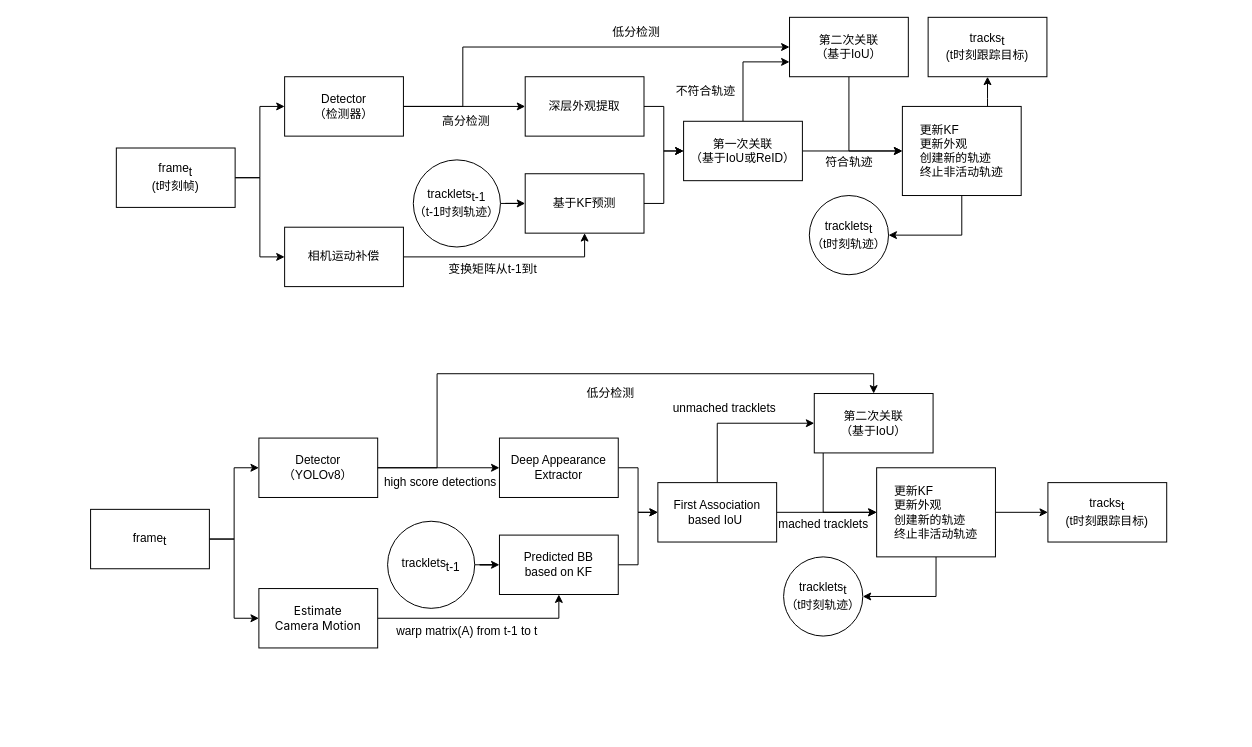
Before: BOT-SORT.drawio in funkallll/deeplearning, a draw.io diagram. Source tidied: cells renumbered, new cells numbered last; positions are measured from the earlier drawing's top-left corner, leaving out a move shared by most shapes. Both pictures are drawn from the tidied source at 99%, with x=0, y=0 at pixel (90, 17).
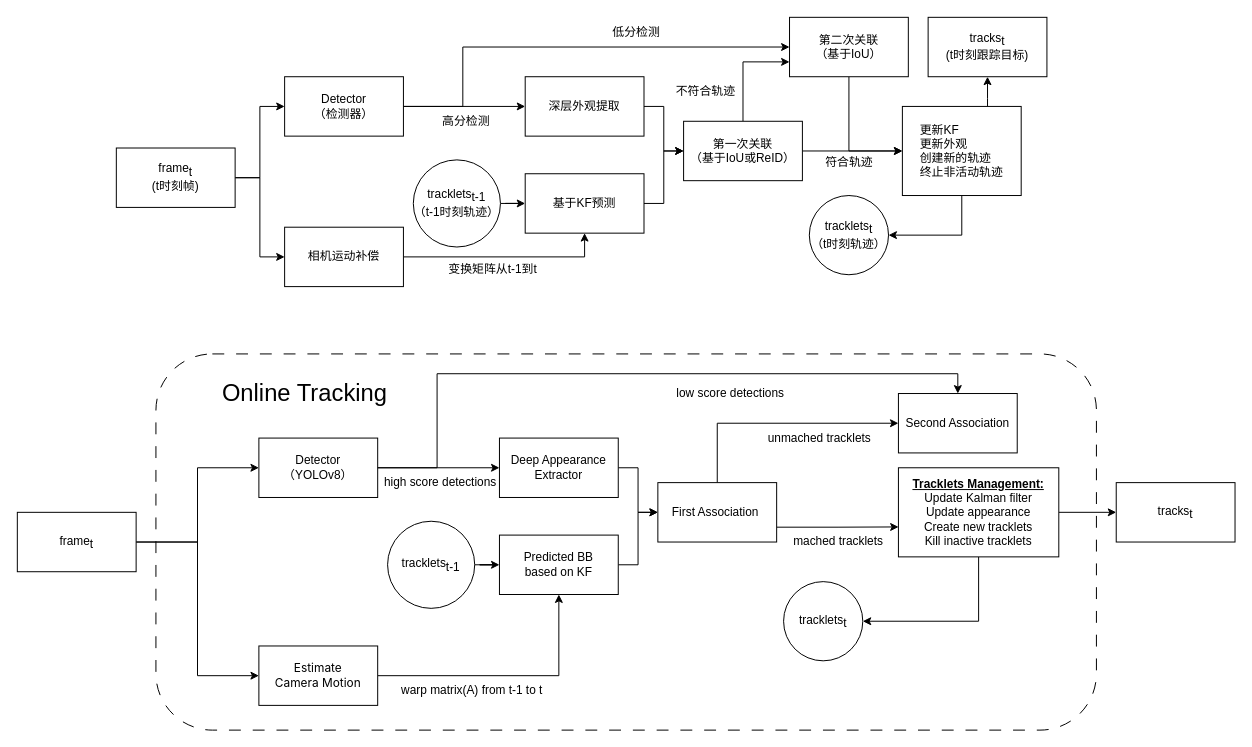
Above is the later version.

The change refers to these unchanged cells:
```xml
<mxCell id="35" value="Detector&lt;div style=&quot;font-size: 12px;&quot;&gt;（YOLOv8）&lt;/div&gt;" style="rounded=0;whiteSpace=wrap;html=1;fontSize=12;fontColor=default;" parent="1" vertex="1">
  <mxGeometry x="170" y="425" width="120" height="60" as="geometry" />
</mxCell>
```

The edit, as a diff of the source:
```diff
@@
+    <mxCell id="60" style="rounded=1;whiteSpace=wrap;html=1;fillColor=none;dashed=1;dashPattern=12 12;" parent="1" vertex="1">
+      <mxGeometry x="66" y="340" width="950" height="380" as="geometry" />
+    </mxCell>
@@
     <mxCell id="33" value="frame&lt;sub style=&quot;font-size: 12px;&quot;&gt;t&lt;/sub&gt;" style="rounded=0;whiteSpace=wrap;html=1;fontSize=12;fontColor=default;" parent="1" vertex="1">
-      <mxGeometry y="497" width="120" height="60" as="geometry" />
+      <mxGeometry x="-74" y="500" width="120" height="60" as="geometry" />
     </mxCell>
@@
     <mxCell id="37" value="&lt;div style=&quot;&quot;&gt;&lt;font face=&quot;-apple-system, SF UI Text, Arial, PingFang SC, Hiragino Sans GB, Microsoft YaHei, WenQuanYi Micro Hei, sans-serif, SimHei, SimSun&quot;&gt;Estimate&lt;/font&gt;&lt;/div&gt;&lt;div style=&quot;&quot;&gt;&lt;font face=&quot;-apple-system, SF UI Text, Arial, PingFang SC, Hiragino Sans GB, Microsoft YaHei, WenQuanYi Micro Hei, sans-serif, SimHei, SimSun&quot;&gt;Camera Motion&lt;/font&gt;&lt;/div&gt;" style="rounded=0;whiteSpace=wrap;html=1;fontSize=12;fontColor=default;align=center;" parent="1" vertex="1">
-      <mxGeometry x="170" y="577" width="120" height="60" as="geometry" />
+      <mxGeometry x="170" y="635" width="120" height="60" as="geometry" />
     </mxCell>
@@
-    <mxCell id="42" style="edgeStyle=orthogonalEdgeStyle;rounded=0;jettySize=auto;html=1;entryX=0;entryY=0.5;entryDx=0;entryDy=0;fontColor=default;fontSize=12;" parent="1" edge="1" source="44" target="51">
-      <mxGeometry relative="1" as="geometry" />
+    <mxCell id="42" style="edgeStyle=orthogonalEdgeStyle;rounded=0;jettySize=auto;html=1;entryX=0.001;entryY=0.664;entryDx=0;entryDy=0;fontColor=default;fontSize=12;exitX=1;exitY=0.75;exitDx=0;exitDy=0;entryPerimeter=0;" parent="1" edge="1" source="44" target="51">
+      <mxGeometry relative="1" as="geometry">
+        <Array as="points">
+          <mxPoint x="755" y="515" />
+        </Array>
+      </mxGeometry>
     </mxCell>
@@
-    <mxCell id="44" value="First Association&lt;div&gt;based IoU&amp;nbsp;&lt;/div&gt;" style="rounded=0;whiteSpace=wrap;html=1;fontSize=12;fontColor=default;" parent="1" vertex="1">
+    <mxCell id="44" value="First Association&lt;span style=&quot;background-color: transparent; color: light-dark(rgb(0, 0, 0), rgb(255, 255, 255));&quot;&gt;&amp;nbsp;&lt;/span&gt;" style="rounded=0;whiteSpace=wrap;html=1;fontSize=12;fontColor=default;" parent="1" vertex="1">
       <mxGeometry x="573" y="470" width="120" height="60" as="geometry" />
     </mxCell>
-    <mxCell id="45" style="edgeStyle=orthogonalEdgeStyle;rounded=0;jettySize=auto;html=1;entryX=0;entryY=0.5;entryDx=0;entryDy=0;fontColor=default;fontSize=12;" parent="1" edge="1" source="46" target="51">
-      <mxGeometry relative="1" as="geometry">
-        <Array as="points">
-          <mxPoint x="740" y="500" />
-        </Array>
-      </mxGeometry>
-    </mxCell>
-    <mxCell id="46" value="第二次关联&lt;div style=&quot;font-size: 12px;&quot;&gt;（基于IoU）&lt;/div&gt;" style="rounded=0;whiteSpace=wrap;html=1;fontSize=12;fontColor=default;" parent="1" vertex="1">
-      <mxGeometry x="731" y="380" width="120" height="60" as="geometry" />
+    <mxCell id="46" value="Second Association" style="rounded=0;whiteSpace=wrap;html=1;fontSize=12;fontColor=default;" parent="1" vertex="1">
+      <mxGeometry x="816" y="380" width="120" height="60" as="geometry" />
     </mxCell>
@@
-    <mxCell id="50" style="edgeStyle=orthogonalEdgeStyle;rounded=0;jettySize=auto;html=1;entryX=1;entryY=0.5;entryDx=0;entryDy=0;fontColor=default;fontSize=12;" parent="1" edge="1" source="51" target="52">
+    <mxCell id="50" style="edgeStyle=orthogonalEdgeStyle;rounded=0;jettySize=auto;html=1;entryX=1;entryY=0.5;entryDx=0;entryDy=0;fontColor=default;fontSize=12;exitX=0.5;exitY=1;exitDx=0;exitDy=0;" parent="1" edge="1" source="51" target="52">
       <mxGeometry relative="1" as="geometry">
         <Array as="points">
-          <mxPoint x="854" y="585" />
+          <mxPoint x="897" y="610" />
         </Array>
       </mxGeometry>
     </mxCell>
-    <mxCell id="51" value="&lt;div style=&quot;text-align: justify; font-size: 12px;&quot;&gt;更新KF&lt;/div&gt;&lt;div style=&quot;text-align: justify; font-size: 12px;&quot;&gt;更新外观&lt;/div&gt;&lt;div style=&quot;text-align: justify; font-size: 12px;&quot;&gt;创建新的轨迹&lt;/div&gt;&lt;div style=&quot;font-size: 12px;&quot;&gt;终止非活动轨迹&lt;/div&gt;" style="rounded=0;whiteSpace=wrap;html=1;fontSize=12;fontColor=default;" parent="1" vertex="1">
-      <mxGeometry x="794" y="455" width="120" height="90" as="geometry" />
+    <mxCell id="51" value="&lt;div style=&quot;font-size: 12px;&quot;&gt;&lt;b&gt;&lt;u&gt;Tracklets Management:&lt;/u&gt;&lt;/b&gt;&lt;/div&gt;&lt;div style=&quot;font-size: 12px;&quot;&gt;Update Kalman filter&lt;/div&gt;&lt;div style=&quot;font-size: 12px;&quot;&gt;Update appearance&lt;/div&gt;&lt;div style=&quot;font-size: 12px;&quot;&gt;Create new tracklets&lt;/div&gt;&lt;div style=&quot;font-size: 12px;&quot;&gt;Kill inactive tracklets&lt;/div&gt;" style="rounded=0;whiteSpace=wrap;html=1;fontSize=12;fontColor=default;align=center;" parent="1" vertex="1">
+      <mxGeometry x="816" y="455" width="162" height="90" as="geometry" />
     </mxCell>
-    <mxCell id="52" value="tracklets&lt;sub style=&quot;font-size: 12px;&quot;&gt;t&lt;/sub&gt;&lt;div style=&quot;font-size: 12px;&quot;&gt;（t时刻轨迹）&lt;/div&gt;" style="ellipse;whiteSpace=wrap;html=1;fontSize=12;fontColor=default;" parent="1" vertex="1">
-      <mxGeometry x="700" y="545" width="80" height="80" as="geometry" />
+    <mxCell id="52" value="tracklets&lt;sub style=&quot;font-size: 12px;&quot;&gt;t&lt;/sub&gt;" style="ellipse;whiteSpace=wrap;html=1;fontSize=12;fontColor=default;" parent="1" vertex="1">
+      <mxGeometry x="700" y="570" width="80" height="80" as="geometry" />
     </mxCell>
-    <mxCell id="53" value="tracks&lt;sub style=&quot;font-size: 12px;&quot;&gt;t&lt;/sub&gt;&lt;div style=&quot;font-size: 12px;&quot;&gt;(t时刻跟踪目标)&lt;/div&gt;" style="rounded=0;whiteSpace=wrap;html=1;fontSize=12;fontColor=default;" parent="1" vertex="1">
-      <mxGeometry x="967" y="470" width="120" height="60" as="geometry" />
+    <mxCell id="53" value="tracks&lt;sub style=&quot;font-size: 12px;&quot;&gt;t&lt;/sub&gt;" style="rounded=0;whiteSpace=wrap;html=1;fontSize=12;fontColor=default;" parent="1" vertex="1">
+      <mxGeometry x="1036" y="470" width="120" height="60" as="geometry" />
     </mxCell>
     <mxCell id="54" style="edgeStyle=orthogonalEdgeStyle;rounded=0;jettySize=auto;html=1;entryX=0.5;entryY=0;entryDx=0;entryDy=0;fontColor=default;fontSize=12;" parent="1" edge="1" source="35" target="46">
       <mxGeometry relative="1" as="geometry">
         <Array as="points">
           <mxPoint x="350" y="455" />
           <mxPoint x="350" y="360" />
-          <mxPoint x="791" y="360" />
+          <mxPoint x="876" y="360" />
         </Array>
       </mxGeometry>
     </mxCell>
     <mxCell id="55" value="warp matrix(A) from t-1 to t" style="text;html=1;align=center;verticalAlign=middle;strokeColor=none;fillColor=none;fontColor=default;fontSize=12;" parent="1" vertex="1">
-      <mxGeometry x="295" y="605" width="170" height="30" as="geometry" />
+      <mxGeometry x="300" y="665" width="170" height="30" as="geometry" />
     </mxCell>
@@
-    <mxCell id="57" value="低分检测" style="text;html=1;align=center;verticalAlign=middle;strokeColor=none;fillColor=none;fontColor=default;fontSize=12;" parent="1" vertex="1">
-      <mxGeometry x="490" y="365" width="70" height="30" as="geometry" />
+    <mxCell id="57" value="low score detections" style="text;html=1;align=center;verticalAlign=middle;strokeColor=none;fillColor=none;fontColor=default;fontSize=12;" parent="1" vertex="1">
+      <mxGeometry x="581" y="365" width="130" height="30" as="geometry" />
     </mxCell>
     <mxCell id="58" value="unmached tracklets" style="text;html=1;align=center;verticalAlign=middle;strokeColor=none;fillColor=none;fontColor=default;fontSize=12;" parent="1" vertex="1">
-      <mxGeometry x="575" y="380" width="130" height="30" as="geometry" />
+      <mxGeometry x="671" y="410" width="130" height="30" as="geometry" />
     </mxCell>
     <mxCell id="59" value="mached tracklets" style="text;html=1;align=center;verticalAlign=middle;strokeColor=none;fillColor=none;fontColor=default;fontSize=12;" parent="1" vertex="1">
-      <mxGeometry x="685" y="497" width="110" height="30" as="geometry" />
+      <mxGeometry x="700" y="515" width="110" height="30" as="geometry" />
     </mxCell>
+    <mxCell id="61" value="&lt;font style=&quot;font-size: 24px;&quot;&gt;Online Tracking&lt;/font&gt;" style="text;html=1;align=center;verticalAlign=middle;strokeColor=none;fillColor=none;fontColor=default;fontSize=12;" parent="1" vertex="1">
+      <mxGeometry x="121" y="360" width="190" height="40" as="geometry" />
+    </mxCell>
```
